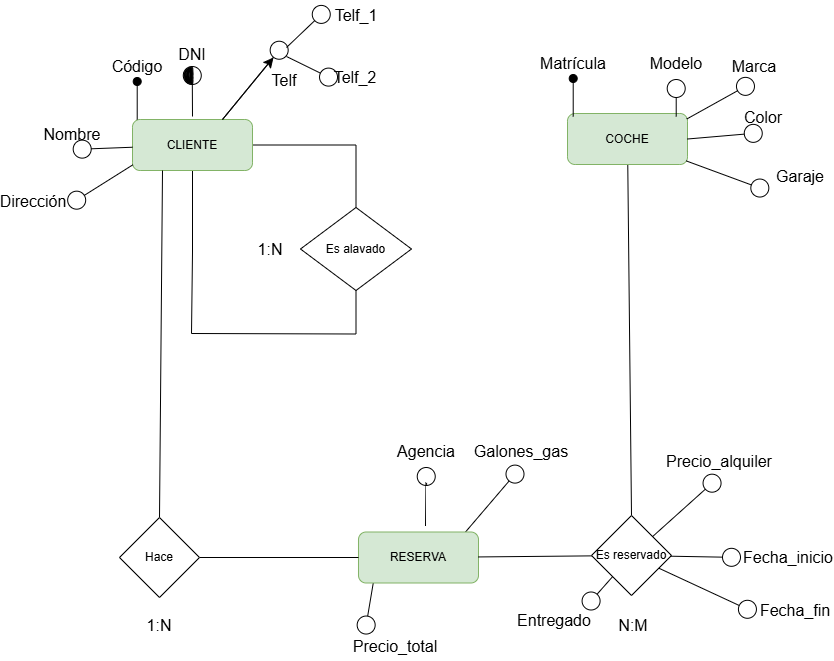
Samue45/1-DAM keeps this draw.io diagram as Data Base/Coches.drawio.png. Above is the earlier version. Source tidied: cells renumbered, new cells last; positions are measured from the earlier drawing's top-left corner, leaving out a move shared by most shapes.
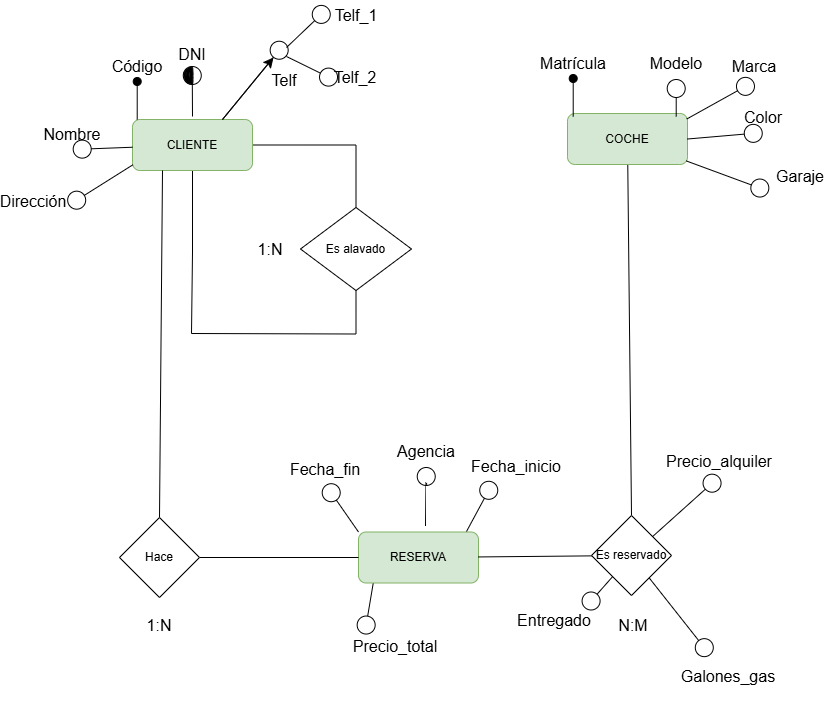
Later version of the same file.

Change to the diagram source:
```diff
@@ -127,11 +127,11 @@
       <mxGeometry x="393" y="436" width="60" height="30" as="geometry" />
     </mxCell>
     <mxCell id="34" value="Galones_gas" style="text;html=1;align=center;verticalAlign=middle;whiteSpace=wrap;rounded=0;fontSize=16;" parent="1" vertex="1">
-      <mxGeometry x="488" y="436" width="60" height="30" as="geometry" />
+      <mxGeometry x="695" y="660.5" width="60" height="30" as="geometry" />
     </mxCell>
-    <mxCell id="35" style="endArrow=circle;html=1;rounded=0;fontSize=12;startSize=8;endSize=8;curved=1;entryX=0.5;entryY=1;entryDx=0;entryDy=0;endFill=0;exitX=0.875;exitY=0.338;exitDx=0;exitDy=0;exitPerimeter=0;" parent="1" edge="1" target="34">
+    <mxCell id="35" style="endArrow=circle;html=1;rounded=0;fontSize=12;startSize=8;endSize=8;curved=1;endFill=0;" parent="1" edge="1" source="42">
       <mxGeometry relative="1" as="geometry">
-        <mxPoint x="462" y="531.5" as="sourcePoint" />
+        <mxPoint x="707" y="655" as="targetPoint" />
       </mxGeometry>
     </mxCell>
     <mxCell id="36" value="Entregado" style="text;html=1;align=center;verticalAlign=middle;whiteSpace=wrap;rounded=0;fontSize=16;" parent="1" vertex="1">
@@ -195,20 +195,19 @@
       <mxGeometry x="572" y="610" width="76" height="30" as="geometry" />
     </mxCell>
     <mxCell id="52" value="Fecha_inicio" style="text;html=1;align=center;verticalAlign=middle;whiteSpace=wrap;rounded=0;fontSize=16;" parent="1" vertex="1">
-      <mxGeometry x="755" y="542" width="60" height="30" as="geometry" />
+      <mxGeometry x="483" y="451" width="60" height="30" as="geometry" />
     </mxCell>
-    <mxCell id="53" style="endArrow=circle;html=1;rounded=0;fontSize=12;startSize=8;endSize=8;curved=1;endFill=0;" parent="1" edge="1" source="42">
+    <mxCell id="53" style="endArrow=circle;html=1;rounded=0;fontSize=12;startSize=8;endSize=8;curved=1;endFill=0;" parent="1" edge="1">
       <mxGeometry relative="1" as="geometry">
-        <mxPoint x="738" y="557" as="targetPoint" />
+        <mxPoint x="463" y="531" as="sourcePoint" />
+        <mxPoint x="490" y="481" as="targetPoint" />
       </mxGeometry>
     </mxCell>
     <mxCell id="54" value="Fecha_fin" style="text;html=1;align=center;verticalAlign=middle;whiteSpace=wrap;rounded=0;fontSize=16;" parent="1" vertex="1">
-      <mxGeometry x="762" y="595" width="60" height="30" as="geometry" />
+      <mxGeometry x="292" y="454" width="60" height="30" as="geometry" />
     </mxCell>
-    <mxCell id="55" style="endArrow=circle;html=1;rounded=0;fontSize=12;startSize=8;endSize=8;curved=1;endFill=0;" parent="1" edge="1" source="42">
-      <mxGeometry relative="1" as="geometry">
-        <mxPoint x="753" y="613" as="targetPoint" />
-      </mxGeometry>
+    <mxCell id="55" style="endArrow=circle;html=1;rounded=0;fontSize=12;startSize=8;endSize=8;curved=1;endFill=0;exitX=0;exitY=0;exitDx=0;exitDy=0;entryX=0.5;entryY=1;entryDx=0;entryDy=0;" parent="1" edge="1" source="38" target="54">
+      <mxGeometry relative="1" as="geometry" />
     </mxCell>
     <mxCell id="56" style="endArrow=circle;html=1;rounded=0;fontSize=12;startSize=8;endSize=8;curved=1;entryX=0.5;entryY=1;entryDx=0;entryDy=0;endFill=0;" parent="1" edge="1" source="42" target="30">
       <mxGeometry relative="1" as="geometry" />
@@ -222,5 +221,8 @@
         </Array>
       </mxGeometry>
     </mxCell>
+    <mxCell id="58" style="edgeStyle=none;curved=1;rounded=0;orthogonalLoop=1;jettySize=auto;html=1;exitX=0.5;exitY=1;exitDx=0;exitDy=0;fontSize=12;startSize=8;endSize=8;" parent="1" edge="1" source="34" target="34">
+      <mxGeometry relative="1" as="geometry" />
+    </mxCell>
   </root>
 </mxGraphModel>
```
